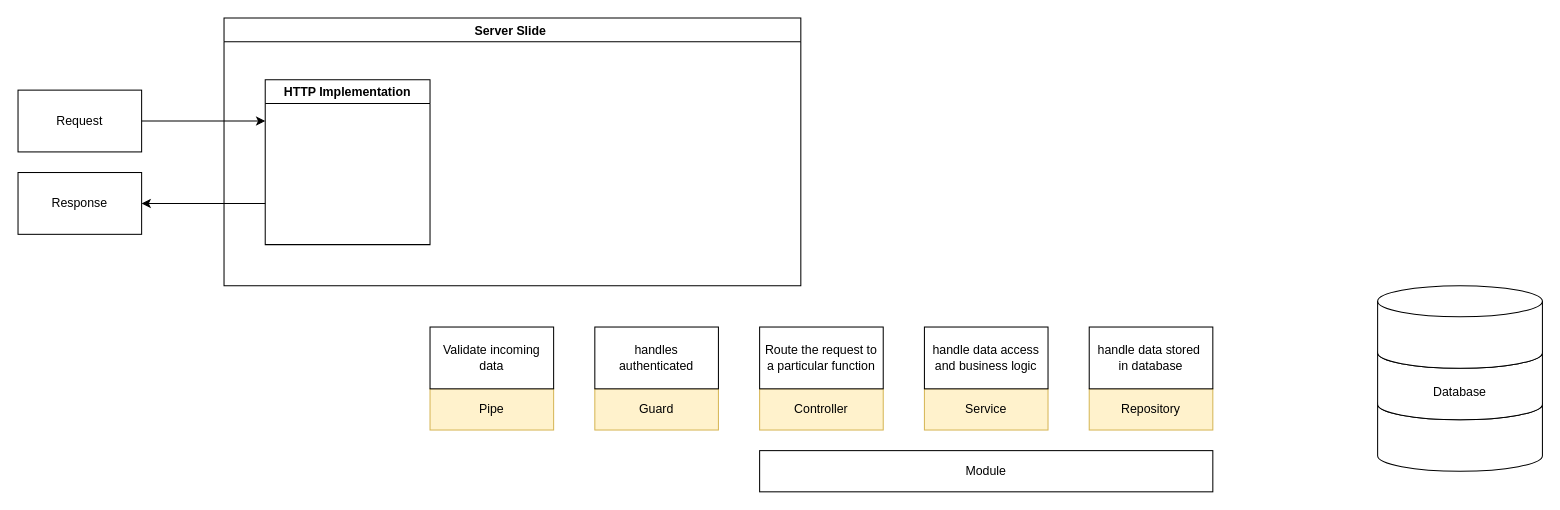
Earlier version of the draw.io diagram page "server slide working" (1 of 2) of Backend_Diagram.drawio (johnseetoh25/draw.io_Gallery). Source tidied: cells renumbered, new cells numbered last; positions are measured from the earlier drawing's top-left corner, leaving out a move shared by most shapes. Both pictures are drawn from the tidied source at 103%, with x=0, y=0 at pixel (18, 18).
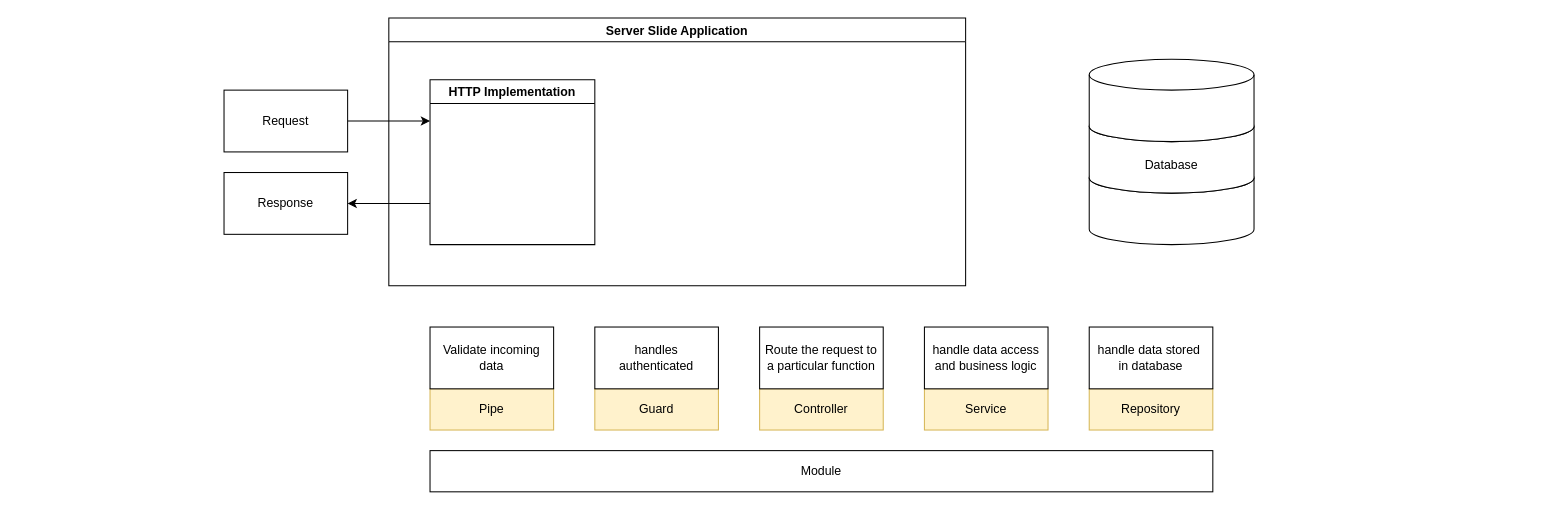
The same diagram, later.

The edit, as a diff of the source:
```diff
@@
-    <mxCell id="3" value="Server Slide " style="swimlane;" parent="1" vertex="1">
-      <mxGeometry x="200" width="560" height="260" as="geometry" />
+    <mxCell id="3" value="Server Slide Application" style="swimlane;" parent="1" vertex="1">
+      <mxGeometry x="360" width="560" height="260" as="geometry" />
     </mxCell>
@@
     <mxCell id="6" value="Request" style="rounded=0;whiteSpace=wrap;html=1;" parent="1" vertex="1">
-      <mxGeometry y="70" width="120" height="60" as="geometry" />
+      <mxGeometry x="200" y="70" width="120" height="60" as="geometry" />
     </mxCell>
     <mxCell id="7" value="Response" style="rounded=0;whiteSpace=wrap;html=1;" parent="1" vertex="1">
-      <mxGeometry y="150" width="120" height="60" as="geometry" />
+      <mxGeometry x="200" y="150" width="120" height="60" as="geometry" />
     </mxCell>
@@
     <mxCell id="11" value="Module" style="rounded=0;whiteSpace=wrap;html=1;" parent="1" vertex="1">
-      <mxGeometry x="720" y="420" width="440" height="40" as="geometry" />
+      <mxGeometry x="400" y="420" width="760" height="40" as="geometry" />
     </mxCell>
@@
     <mxCell id="18" style="shape=cylinder3;whiteSpace=wrap;html=1;boundedLbl=1;backgroundOutline=1;size=15;" parent="1" vertex="1">
-      <mxGeometry x="1320" y="360" width="160" height="80" as="geometry" />
+      <mxGeometry x="1040" y="140" width="160" height="80" as="geometry" />
     </mxCell>
     <mxCell id="19" value="Database" style="shape=cylinder3;whiteSpace=wrap;html=1;boundedLbl=1;backgroundOutline=1;size=15;" parent="1" vertex="1">
-      <mxGeometry x="1320" y="310" width="160" height="80" as="geometry" />
+      <mxGeometry x="1040" y="90" width="160" height="80" as="geometry" />
     </mxCell>
     <mxCell id="20" style="shape=cylinder3;whiteSpace=wrap;html=1;boundedLbl=1;backgroundOutline=1;size=15;" parent="1" vertex="1">
-      <mxGeometry x="1320" y="260" width="160" height="80" as="geometry" />
+      <mxGeometry x="1040" y="40" width="160" height="80" as="geometry" />
     </mxCell>
```
